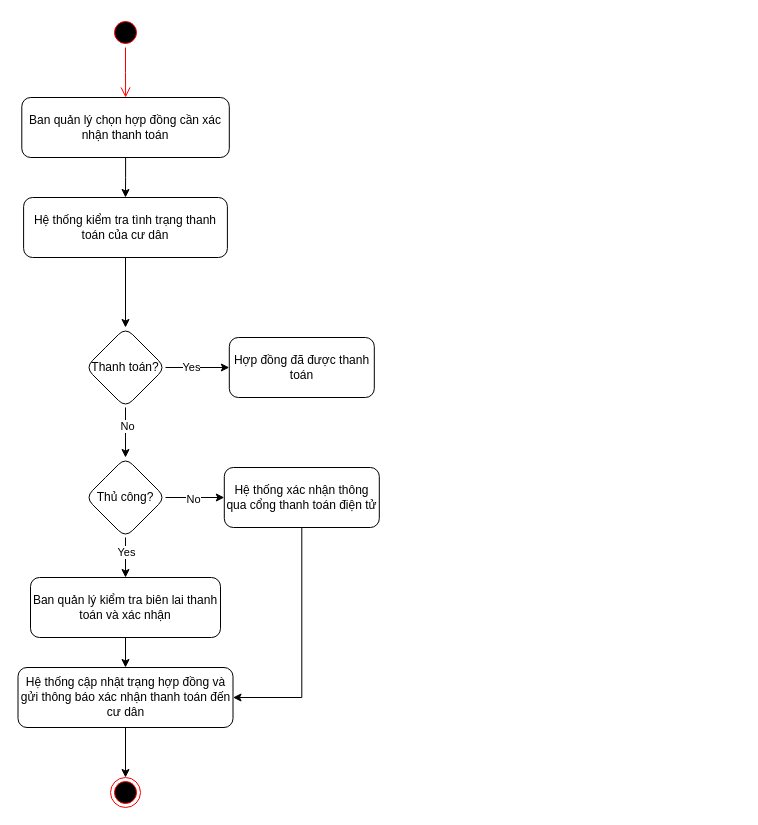
This is page "AD- Xác nhận thanh toán" (1 of 15) of doan.drawio from Pakamon234/thuc-tap-tot-nghiep, a draw.io file, before an edit. Source tidied: cells renumbered, new cells numbered last; positions are measured from the earlier drawing's top-left corner, leaving out a move shared by most shapes. Both pictures are drawn from the tidied source at 100%, with x=0, y=0 at pixel (18, 17).
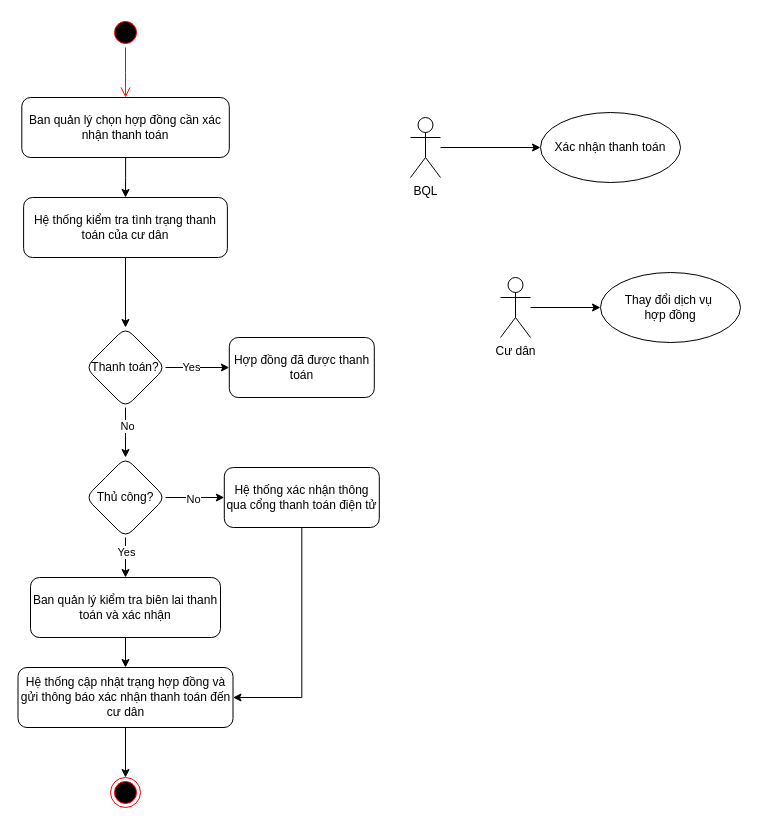
The same page after the edit.

Change to the diagram source:
```diff
@@
+    <mxCell id="27" style="edgeStyle=orthogonalEdgeStyle;rounded=0;jettySize=auto;html=1;" parent="1" edge="1" source="28" target="31">
+      <mxGeometry relative="1" as="geometry" />
+    </mxCell>
+    <mxCell id="28" value="BQL" style="shape=umlActor;verticalLabelPosition=bottom;verticalAlign=top;html=1;outlineConnect=0;" parent="1" vertex="1">
+      <mxGeometry x="392" y="100" width="30" height="60" as="geometry" />
+    </mxCell>
+    <mxCell id="29" style="edgeStyle=orthogonalEdgeStyle;rounded=0;jettySize=auto;html=1;entryX=0;entryY=0.5;entryDx=0;entryDy=0;" parent="1" edge="1" source="30" target="32">
+      <mxGeometry relative="1" as="geometry" />
+    </mxCell>
+    <mxCell id="30" value="Cư dân" style="shape=umlActor;verticalLabelPosition=bottom;verticalAlign=top;html=1;outlineConnect=0;" parent="1" vertex="1">
+      <mxGeometry x="482" y="260" width="30" height="60" as="geometry" />
+    </mxCell>
+    <mxCell id="31" value="Xác nhận thanh toán" style="ellipse;whiteSpace=wrap;html=1;" parent="1" vertex="1">
+      <mxGeometry x="522" y="95" width="140" height="70" as="geometry" />
+    </mxCell>
+    <mxCell id="32" value="Thay đổi dịch vụ&amp;nbsp;&lt;div&gt;hợp đồng&lt;/div&gt;" style="ellipse;whiteSpace=wrap;html=1;" parent="1" vertex="1">
+      <mxGeometry x="582" y="255" width="140" height="70" as="geometry" />
+    </mxCell>
```
